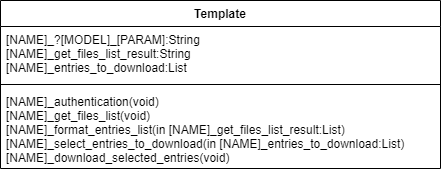
Before: Docs/Images/template.png, a diagram exported from draw.io (Captain-Cybeard/Capstone_Project). Source tidied: cells renumbered, new cells last; positions are measured from the earlier drawing's top-left corner, leaving out a move shared by most shapes.
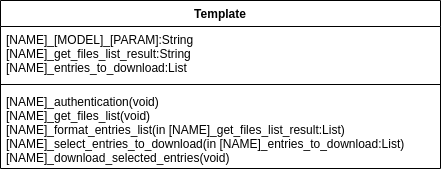
After the change.

Change to the diagram source:
```diff
@@ -5,7 +5,7 @@
     <mxCell id="2" value="Template" style="swimlane;fontStyle=1;align=center;verticalAlign=top;horizontal=1;startSize=26;" parent="1" vertex="1">
       <mxGeometry width="440" height="168" as="geometry" />
     </mxCell>
-    <mxCell id="3" value="[NAME]_?[MODEL]_[PARAM]:String&#10;[NAME]_get_files_list_result:String&#10;[NAME]_entries_to_download:List" style="text;strokeColor=none;fillColor=none;align=left;verticalAlign=top;spacingLeft=4;spacingRight=4;overflow=hidden;" parent="2" vertex="1">
+    <mxCell id="3" value="[NAME]_[MODEL]_[PARAM]:String&#10;[NAME]_get_files_list_result:String&#10;[NAME]_entries_to_download:List" style="text;strokeColor=none;fillColor=none;align=left;verticalAlign=top;spacingLeft=4;spacingRight=4;overflow=hidden;" parent="2" vertex="1">
       <mxGeometry y="26" width="440" height="54" as="geometry" />
     </mxCell>
     <mxCell id="4" style="line;strokeWidth=1;fillColor=none;align=left;verticalAlign=middle;spacingTop=-1;spacingLeft=3;spacingRight=3;labelPosition=right;" parent="2" vertex="1">
```
